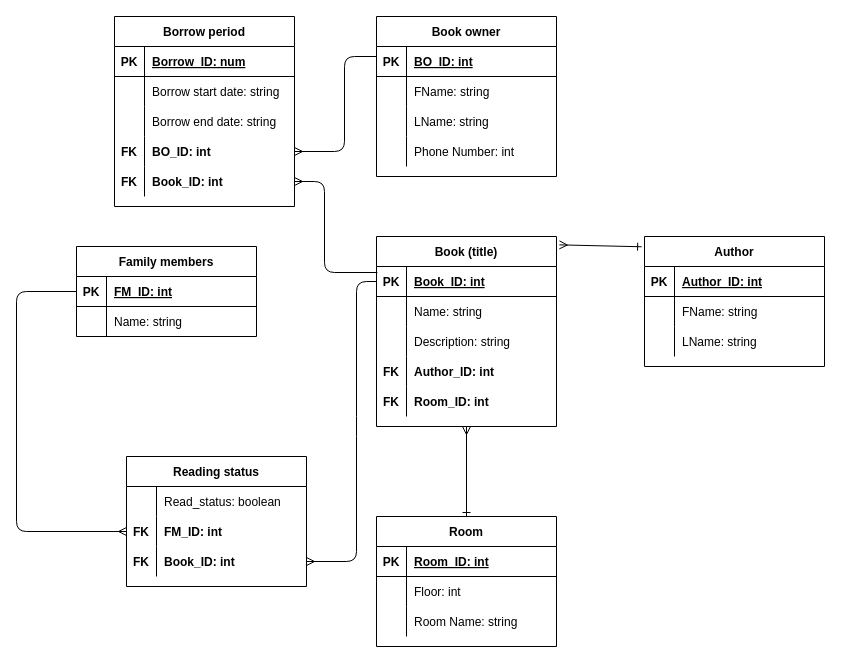
Earlier version of the draw.io diagram page "Step 4 - Norm." (4 of 4) of ex. 1-3/exercise1.drawio (KateKatze/07.03_SQL). Source tidied: cells renumbered, new cells numbered last; positions are measured from the earlier drawing's top-left corner, leaving out a move shared by most shapes. Both pictures are drawn from the tidied source at 100%, with x=0, y=0 at pixel (16, 16).
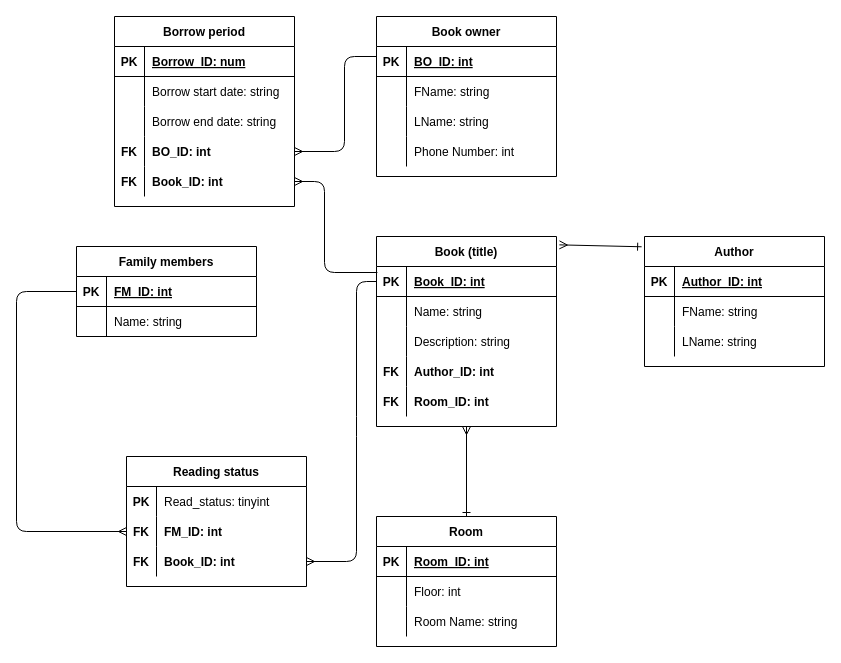
After the change.

The change refers to these unchanged cells:
```xml
<mxCell id="36" style="shape=partialRectangle;fillColor=none;top=0;left=0;bottom=0;right=0;" parent="35" vertex="1">
  <mxGeometry y="30" width="180" height="30" as="geometry" />
</mxCell>
```

Change to the diagram source:
```diff
@@
-    <mxCell id="37" style="shape=partialRectangle;fillColor=none;top=0;left=0;bottom=0;right=0;overflow=hidden;" parent="36" vertex="1">
+    <mxCell id="37" value="PK" style="shape=partialRectangle;fillColor=none;top=0;left=0;bottom=0;right=0;overflow=hidden;fontStyle=1;" parent="36" vertex="1">
       <mxGeometry width="30" height="30" as="geometry" />
     </mxCell>
-    <mxCell id="38" value="Read_status: boolean" style="shape=partialRectangle;fillColor=none;top=0;left=0;bottom=0;right=0;align=left;spacingLeft=6;overflow=hidden;" parent="36" vertex="1">
+    <mxCell id="38" value="Read_status: tinyint" style="shape=partialRectangle;fillColor=none;top=0;left=0;bottom=0;right=0;align=left;spacingLeft=6;overflow=hidden;" parent="36" vertex="1">
       <mxGeometry x="30" width="150" height="30" as="geometry" />
     </mxCell>
```
